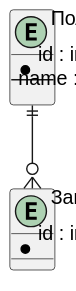
askidmobile/PlantUML_RUST keeps this PlantUML diagram as tests/golden/reference/er_basic.svg. Above is the earlier version.
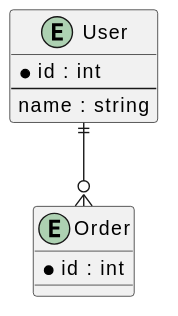
The same file after the commit.

Commit message:
fix(layout): размеры и раскладка ER и component по эталону

The edit, as a diff of the source:
```diff
@@ -1,11 +1,11 @@
 @startuml
-entity "Пользователь" as user {
+entity "User" as user {
   *id : int
   --
   name : string
 }
 
-entity "Заказ" as order {
+entity "Order" as order {
   *id : int
 }
 
```
